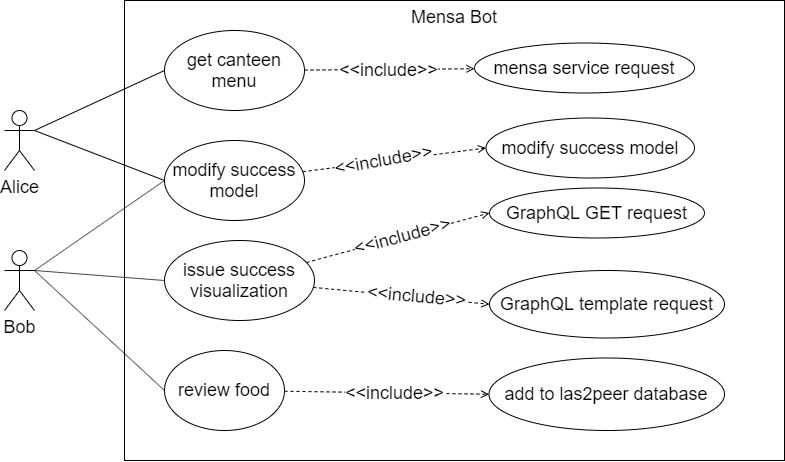
The draw.io diagram figures/concept/usecase.png in lakhoune/bachelor-thesis, before a commit. Source tidied: cells renumbered, new cells last; positions are measured from the earlier drawing's top-left corner, leaving out a move shared by most shapes.
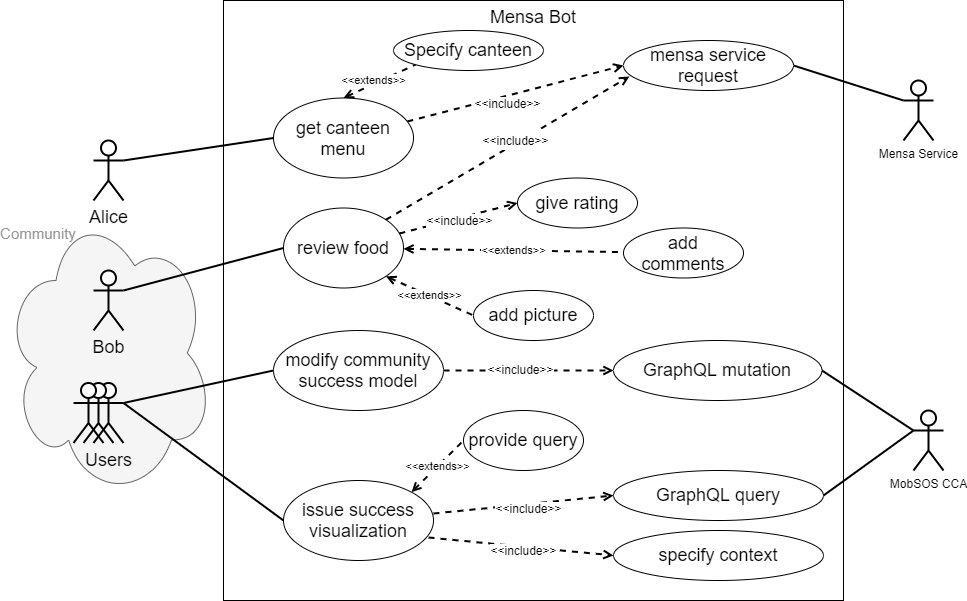
After the change.

Commit message:
update use case diagramm

Diff of the diagram source:
```diff
@@ -2,96 +2,155 @@
   <root>
     <mxCell id="0" />
     <mxCell id="1" parent="0" />
+    <mxCell id="29" style="ellipse;shape=cloud;whiteSpace=wrap;html=1;verticalAlign=middle;labelPosition=left;verticalLabelPosition=middle;align=right;fillColor=#f5f5f5;strokeColor=#666666;fontColor=#333333;" parent="1" vertex="1">
+      <mxGeometry x="-100" y="177.5" width="210" height="290" as="geometry" />
+    </mxCell>
     <mxCell id="2" value="Mensa Bot" style="rounded=0;whiteSpace=wrap;html=1;verticalAlign=top;fontSize=18;" parent="1" vertex="1">
-      <mxGeometry x="120" width="660" height="460" as="geometry" />
+      <mxGeometry x="120" y="-30" width="620" height="600" as="geometry" />
     </mxCell>
-    <mxCell id="3" style="edgeStyle=none;rounded=0;jettySize=auto;html=1;exitX=1;exitY=0.3333333333333333;exitDx=0;exitDy=0;exitPerimeter=0;entryX=0;entryY=0.5;entryDx=0;entryDy=0;endArrow=none;endFill=0;fontSize=18;" parent="1" edge="1" source="4" target="11">
-      <mxGeometry relative="1" as="geometry" />
-    </mxCell>
-    <mxCell id="4" value="Alice" style="shape=umlActor;verticalLabelPosition=bottom;labelBackgroundColor=#ffffff;verticalAlign=top;html=1;outlineConnect=0;fontSize=18;" parent="1" vertex="1">
-      <mxGeometry y="110" width="30" height="60" as="geometry" />
+    <mxCell id="4" value="Alice" style="shape=umlActor;verticalLabelPosition=bottom;labelBackgroundColor=#ffffff;verticalAlign=top;html=1;outlineConnect=0;fontSize=18;strokeWidth=2;" parent="1" vertex="1">
+      <mxGeometry x="-10" y="110" width="30" height="60" as="geometry" />
     </mxCell>
-    <mxCell id="5" style="rounded=0;jettySize=auto;html=1;exitX=1;exitY=0.3333333333333333;exitDx=0;exitDy=0;exitPerimeter=0;entryX=0;entryY=0.5;entryDx=0;entryDy=0;endArrow=none;endFill=0;fontSize=18;" parent="1" edge="1" source="8" target="27">
+    <mxCell id="5" style="rounded=0;jettySize=auto;html=1;exitX=1;exitY=0.3333333333333333;exitDx=0;exitDy=0;exitPerimeter=0;entryX=0;entryY=0.5;entryDx=0;entryDy=0;endArrow=none;endFill=0;fontSize=18;strokeWidth=2;" parent="1" edge="1" source="33" target="27">
       <mxGeometry relative="1" as="geometry" />
     </mxCell>
-    <mxCell id="6" style="edgeStyle=none;rounded=0;jettySize=auto;html=1;exitX=1;exitY=0.3333333333333333;exitDx=0;exitDy=0;exitPerimeter=0;endArrow=none;endFill=0;entryX=0;entryY=0.5;entryDx=0;entryDy=0;fontSize=18;" parent="1" edge="1" source="8" target="17">
+    <mxCell id="6" style="edgeStyle=none;rounded=0;jettySize=auto;html=1;exitX=1;exitY=0.3333333333333333;exitDx=0;exitDy=0;exitPerimeter=0;endArrow=none;endFill=0;entryX=0;entryY=0.5;entryDx=0;entryDy=0;fontSize=18;strokeWidth=2;" parent="1" edge="1" source="8" target="17">
       <mxGeometry relative="1" as="geometry" />
     </mxCell>
-    <mxCell id="7" style="edgeStyle=none;rounded=0;jettySize=auto;html=1;exitX=1;exitY=0.3333333333333333;exitDx=0;exitDy=0;exitPerimeter=0;entryX=0;entryY=0.5;entryDx=0;entryDy=0;startFill=0;endArrow=none;endFill=0;strokeWidth=1;fontSize=18;" parent="1" edge="1" source="8" target="11">
+    <mxCell id="7" style="edgeStyle=none;rounded=0;jettySize=auto;html=1;exitX=1;exitY=0.3333333333333333;exitDx=0;exitDy=0;exitPerimeter=0;entryX=0;entryY=0.5;entryDx=0;entryDy=0;startFill=0;endArrow=none;endFill=0;strokeWidth=2;fontSize=18;" parent="1" edge="1" source="8" target="11">
       <mxGeometry relative="1" as="geometry" />
     </mxCell>
-    <mxCell id="8" value="Bob" style="shape=umlActor;verticalLabelPosition=bottom;labelBackgroundColor=#ffffff;verticalAlign=top;html=1;outlineConnect=0;fontSize=18;" parent="1" vertex="1">
-      <mxGeometry y="250" width="30" height="60" as="geometry" />
+    <mxCell id="8" value="Users" style="shape=umlActor;verticalLabelPosition=bottom;labelBackgroundColor=none;verticalAlign=top;html=1;outlineConnect=0;fontSize=18;strokeWidth=2;" parent="1" vertex="1">
+      <mxGeometry x="-10" y="352.5" width="30" height="60" as="geometry" />
     </mxCell>
-    <mxCell id="9" style="edgeStyle=none;rounded=0;jettySize=auto;html=1;dashed=1;startFill=0;endArrow=open;endFill=0;strokeWidth=1;entryX=0;entryY=0.5;entryDx=0;entryDy=0;fontSize=18;" parent="1" edge="1" source="11" target="12">
+    <mxCell id="9" style="edgeStyle=none;rounded=0;jettySize=auto;html=1;dashed=1;startFill=0;endArrow=open;endFill=0;strokeWidth=2;entryX=0;entryY=0.5;entryDx=0;entryDy=0;fontSize=18;" parent="1" edge="1" source="11" target="12">
       <mxGeometry relative="1" as="geometry" />
     </mxCell>
-    <mxCell id="10" value="&amp;lt;&amp;lt;include&amp;gt;&amp;gt;" style="text;html=1;align=center;verticalAlign=middle;labelBackgroundColor=#ffffff;rotation=-10;fontSize=18;" parent="9" vertex="1">
+    <mxCell id="10" value="&amp;lt;&amp;lt;include&amp;gt;&amp;gt;" style="text;html=1;align=center;verticalAlign=middle;labelBackgroundColor=#ffffff;rotation=0;fontSize=12;" parent="9" vertex="1">
       <mxGeometry x="-0.24" y="2" relative="1" as="geometry">
         <mxPoint x="11" as="offset" />
       </mxGeometry>
     </mxCell>
-    <mxCell id="11" value="modify success model" style="ellipse;whiteSpace=wrap;html=1;fontSize=18;" parent="1" vertex="1">
-      <mxGeometry x="160" y="140" width="140" height="80" as="geometry" />
+    <mxCell id="11" value="modify community success model" style="ellipse;whiteSpace=wrap;html=1;fontSize=18;" parent="1" vertex="1">
+      <mxGeometry x="170" y="300" width="170" height="80" as="geometry" />
     </mxCell>
-    <mxCell id="12" value="modify success model" style="ellipse;whiteSpace=wrap;html=1;fontSize=18;" parent="1" vertex="1">
-      <mxGeometry x="481.5" y="117.5" width="208.5" height="60" as="geometry" />
+    <mxCell id="12" value="GraphQL mutation" style="ellipse;whiteSpace=wrap;html=1;fontSize=18;" parent="1" vertex="1">
+      <mxGeometry x="510" y="310" width="208.5" height="60" as="geometry" />
     </mxCell>
-    <mxCell id="13" style="edgeStyle=none;rounded=0;jettySize=auto;html=1;dashed=1;startFill=0;endArrow=open;endFill=0;strokeWidth=1;entryX=0;entryY=0.5;entryDx=0;entryDy=0;fontSize=18;" parent="1" edge="1" source="17" target="19">
+    <mxCell id="13" style="edgeStyle=none;rounded=0;jettySize=auto;html=1;dashed=1;startFill=0;endArrow=open;endFill=0;strokeWidth=2;entryX=0;entryY=0.5;entryDx=0;entryDy=0;fontSize=18;exitX=1;exitY=0.413;exitDx=0;exitDy=0;exitPerimeter=0;" parent="1" edge="1" source="17" target="19">
       <mxGeometry relative="1" as="geometry" />
     </mxCell>
-    <mxCell id="14" value="&amp;lt;&amp;lt;include&amp;gt;&amp;gt;" style="text;html=1;align=center;verticalAlign=middle;labelBackgroundColor=#ffffff;rotation=-15;fontSize=18;" parent="13" vertex="1">
+    <mxCell id="14" value="&amp;lt;&amp;lt;include&amp;gt;&amp;gt;" style="text;html=1;align=center;verticalAlign=middle;labelBackgroundColor=#ffffff;rotation=0;fontSize=12;" parent="13" vertex="1">
       <mxGeometry x="0.31" y="1" relative="1" as="geometry">
         <mxPoint x="-24.3" y="7.8" as="offset" />
       </mxGeometry>
     </mxCell>
-    <mxCell id="15" style="edgeStyle=none;rounded=0;jettySize=auto;html=1;dashed=1;startFill=0;endArrow=open;endFill=0;strokeWidth=1;entryX=0;entryY=0.5;entryDx=0;entryDy=0;fontSize=18;" parent="1" edge="1" source="17" target="18">
-      <mxGeometry relative="1" as="geometry" />
-    </mxCell>
-    <mxCell id="16" value="&amp;lt;&amp;lt;include&amp;gt;&amp;gt;" style="text;html=1;align=center;verticalAlign=middle;labelBackgroundColor=#ffffff;rotation=5;fontSize=18;" parent="15" vertex="1">
-      <mxGeometry x="-0.47" y="-3" relative="1" as="geometry">
-        <mxPoint x="56" y="1.7" as="offset" />
-      </mxGeometry>
-    </mxCell>
     <mxCell id="17" value="issue success visualization" style="ellipse;whiteSpace=wrap;html=1;fontSize=18;" parent="1" vertex="1">
-      <mxGeometry x="160" y="240" width="150" height="80" as="geometry" />
+      <mxGeometry x="180" y="450" width="150" height="80" as="geometry" />
     </mxCell>
-    <mxCell id="18" value="GraphQL template request" style="ellipse;whiteSpace=wrap;html=1;fontSize=18;" parent="1" vertex="1">
-      <mxGeometry x="485" y="270" width="235" height="67.5" as="geometry" />
-    </mxCell>
-    <mxCell id="19" value="GraphQL GET request" style="ellipse;whiteSpace=wrap;html=1;fontSize=18;" parent="1" vertex="1">
-      <mxGeometry x="485" y="187.5" width="215" height="50" as="geometry" />
+    <mxCell id="19" value="GraphQL query" style="ellipse;whiteSpace=wrap;html=1;fontSize=18;" parent="1" vertex="1">
+      <mxGeometry x="510" y="440" width="210" height="50" as="geometry" />
     </mxCell>
-    <mxCell id="20" style="edgeStyle=none;rounded=0;jettySize=auto;html=1;exitX=0;exitY=0.5;exitDx=0;exitDy=0;endArrow=none;endFill=0;entryX=1;entryY=0.3333333333333333;entryDx=0;entryDy=0;entryPerimeter=0;fontSize=18;" parent="1" edge="1" source="23" target="4">
+    <mxCell id="20" style="edgeStyle=none;rounded=0;jettySize=auto;html=1;exitX=0;exitY=0.5;exitDx=0;exitDy=0;endArrow=none;endFill=0;entryX=1;entryY=0.3333333333333333;entryDx=0;entryDy=0;entryPerimeter=0;fontSize=18;strokeWidth=2;" parent="1" edge="1" source="23" target="4">
       <mxGeometry relative="1" as="geometry" />
     </mxCell>
-    <mxCell id="21" style="edgeStyle=none;rounded=0;jettySize=auto;html=1;dashed=1;startFill=0;endArrow=open;endFill=0;strokeWidth=1;fontSize=18;" parent="1" edge="1" source="23" target="24">
+    <mxCell id="21" style="edgeStyle=none;rounded=0;jettySize=auto;html=1;dashed=1;startFill=0;endArrow=open;endFill=0;strokeWidth=2;fontSize=18;entryX=0;entryY=0.5;entryDx=0;entryDy=0;" parent="1" edge="1" source="23" target="24">
       <mxGeometry relative="1" as="geometry" />
     </mxCell>
-    <mxCell id="22" value="&amp;lt;&amp;lt;include&amp;gt;&amp;gt;" style="text;html=1;align=center;verticalAlign=middle;labelBackgroundColor=#ffffff;fontSize=18;" parent="21" vertex="1">
+    <mxCell id="22" value="&amp;lt;&amp;lt;include&amp;gt;&amp;gt;" style="text;html=1;align=center;verticalAlign=middle;labelBackgroundColor=#ffffff;fontSize=12;rotation=0;" parent="21" vertex="1">
       <mxGeometry x="-0.3" relative="1" as="geometry">
         <mxPoint x="24" y="0.8" as="offset" />
       </mxGeometry>
     </mxCell>
     <mxCell id="23" value="get canteen menu" style="ellipse;whiteSpace=wrap;html=1;fontSize=18;" parent="1" vertex="1">
-      <mxGeometry x="160" y="30" width="140" height="80" as="geometry" />
+      <mxGeometry x="170" y="67.5" width="140" height="80" as="geometry" />
     </mxCell>
     <mxCell id="24" value="mensa service request" style="ellipse;whiteSpace=wrap;html=1;fontSize=18;" parent="1" vertex="1">
-      <mxGeometry x="470" y="42.5" width="220" height="50" as="geometry" />
+      <mxGeometry x="520" y="10" width="170" height="50" as="geometry" />
     </mxCell>
-    <mxCell id="25" style="edgeStyle=none;rounded=0;jettySize=auto;html=1;endArrow=open;endFill=0;startArrow=none;startFill=0;dashed=1;strokeWidth=1;entryX=0;entryY=0.5;entryDx=0;entryDy=0;fontSize=18;" parent="1" edge="1" source="27" target="28">
+    <mxCell id="25" style="edgeStyle=none;rounded=0;jettySize=auto;html=1;endArrow=open;endFill=0;startArrow=none;startFill=0;dashed=1;strokeWidth=2;entryX=0.035;entryY=0.72;entryDx=0;entryDy=0;fontSize=18;entryPerimeter=0;exitX=1;exitY=0;exitDx=0;exitDy=0;" parent="1" edge="1" source="27" target="24">
       <mxGeometry relative="1" as="geometry" />
     </mxCell>
-    <mxCell id="26" value="&amp;lt;&amp;lt;include&amp;gt;&amp;gt;" style="text;html=1;align=center;verticalAlign=middle;labelBackgroundColor=#ffffff;rotation=0;fontSize=18;" parent="25" vertex="1">
+    <mxCell id="26" value="&lt;font style=&quot;font-size: 12px&quot;&gt;&amp;lt;&amp;lt;include&amp;gt;&amp;gt;&lt;/font&gt;" style="text;html=1;align=center;verticalAlign=middle;labelBackgroundColor=#ffffff;rotation=0;fontSize=18;" parent="25" vertex="1">
       <mxGeometry x="0.27" y="1" relative="1" as="geometry">
-        <mxPoint x="-19.7" y="1" as="offset" />
+        <mxPoint x="-25.1" y="10.8" as="offset" />
       </mxGeometry>
     </mxCell>
+    <mxCell id="30" value="&amp;lt;&amp;lt;extends&amp;gt;&amp;gt;" style="edgeStyle=none;rounded=0;jettySize=auto;html=1;exitX=1;exitY=1;exitDx=0;exitDy=0;entryX=0;entryY=0.5;entryDx=0;entryDy=0;dashed=1;startArrow=open;startFill=0;endArrow=none;endFill=0;strokeWidth=2;" parent="1" edge="1" source="27" target="47">
+      <mxGeometry relative="1" as="geometry" />
+    </mxCell>
+    <mxCell id="31" value="&amp;lt;&amp;lt;extends&amp;gt;&amp;gt;" style="edgeStyle=none;rounded=0;jettySize=auto;html=1;dashed=1;startArrow=open;startFill=0;endArrow=none;endFill=0;strokeWidth=2;" parent="1" edge="1" source="27" target="46">
+      <mxGeometry relative="1" as="geometry" />
+    </mxCell>
     <mxCell id="27" value="review food" style="ellipse;whiteSpace=wrap;html=1;fontSize=18;" parent="1" vertex="1">
-      <mxGeometry x="160" y="350" width="120" height="80" as="geometry" />
+      <mxGeometry x="180" y="177.5" width="120" height="80" as="geometry" />
     </mxCell>
-    <mxCell id="28" value="add to las2peer database" style="ellipse;whiteSpace=wrap;html=1;fontSize=18;" parent="1" vertex="1">
-      <mxGeometry x="484.5" y="357.5" width="235.5" height="72.5" as="geometry" />
-    </mxCell>
+    <mxCell id="32" value="give rating" style="ellipse;whiteSpace=wrap;html=1;fontSize=18;" parent="1" vertex="1">
+      <mxGeometry x="414" y="147.5" width="120" height="50" as="geometry" />
+    </mxCell>
+    <mxCell id="33" value="Bob" style="shape=umlActor;verticalLabelPosition=bottom;labelBackgroundColor=none;verticalAlign=top;html=1;outlineConnect=0;fontSize=18;strokeWidth=2;" parent="1" vertex="1">
+      <mxGeometry x="-10" y="240" width="30" height="60" as="geometry" />
+    </mxCell>
+    <mxCell id="34" style="shape=umlActor;verticalLabelPosition=bottom;labelBackgroundColor=#ffffff;verticalAlign=top;html=1;fontSize=18;strokeWidth=2;" parent="1" vertex="1">
+      <mxGeometry x="-20" y="352.5" width="30" height="60" as="geometry" />
+    </mxCell>
+    <mxCell id="35" style="shape=umlActor;verticalLabelPosition=bottom;labelBackgroundColor=#ffffff;verticalAlign=top;html=1;fontSize=18;strokeWidth=2;" parent="1" vertex="1">
+      <mxGeometry x="-30" y="352.5" width="30" height="60" as="geometry" />
+    </mxCell>
+    <mxCell id="36" value="&lt;font color=&quot;#969696&quot; style=&quot;font-size: 15px&quot;&gt;Community&lt;/font&gt;" style="text;html=1;strokeColor=none;fillColor=none;align=center;verticalAlign=middle;whiteSpace=wrap;rounded=0;" parent="1" vertex="1">
+      <mxGeometry x="-90" y="187.5" width="50" height="30" as="geometry" />
+    </mxCell>
+    <mxCell id="37" value="&lt;font style=&quot;font-size: 18px&quot;&gt;Specify canteen&lt;/font&gt;" style="ellipse;whiteSpace=wrap;html=1;labelBackgroundColor=none;" parent="1" vertex="1">
+      <mxGeometry x="290" width="150" height="40" as="geometry" />
+    </mxCell>
+    <mxCell id="38" value="&amp;lt;&amp;lt;extends&amp;gt;&amp;gt;" style="rounded=0;jettySize=auto;html=1;entryX=0;entryY=1;entryDx=0;entryDy=0;startArrow=open;startFill=0;endArrow=none;endFill=0;dashed=1;strokeWidth=2;exitX=0.5;exitY=0;exitDx=0;exitDy=0;" parent="1" edge="1" source="23" target="37">
+      <mxGeometry x="-0.13" y="3" relative="1" as="geometry" />
+    </mxCell>
+    <mxCell id="39" style="edgeStyle=none;rounded=0;jettySize=auto;html=1;exitX=0;exitY=0.3333333333333333;exitDx=0;exitDy=0;exitPerimeter=0;entryX=1;entryY=0.5;entryDx=0;entryDy=0;startArrow=none;startFill=0;endArrow=none;endFill=0;strokeWidth=2;" parent="1" edge="1" source="40" target="24">
+      <mxGeometry relative="1" as="geometry" />
+    </mxCell>
+    <mxCell id="40" value="Mensa Service" style="shape=umlActor;verticalLabelPosition=bottom;labelBackgroundColor=#ffffff;verticalAlign=top;html=1;outlineConnect=0;strokeWidth=2;" parent="1" vertex="1">
+      <mxGeometry x="800" y="50" width="30" height="60" as="geometry" />
+    </mxCell>
+    <mxCell id="41" style="edgeStyle=none;rounded=0;jettySize=auto;html=1;exitX=0;exitY=0.3333333333333333;exitDx=0;exitDy=0;exitPerimeter=0;entryX=1;entryY=0.5;entryDx=0;entryDy=0;startArrow=none;startFill=0;endArrow=none;endFill=0;strokeWidth=2;" parent="1" edge="1" source="43" target="12">
+      <mxGeometry relative="1" as="geometry" />
+    </mxCell>
+    <mxCell id="42" style="edgeStyle=none;rounded=0;jettySize=auto;html=1;entryX=1;entryY=0.5;entryDx=0;entryDy=0;startArrow=none;startFill=0;endArrow=none;endFill=0;exitX=0;exitY=0.3333333333333333;exitDx=0;exitDy=0;exitPerimeter=0;strokeWidth=2;" parent="1" edge="1" source="43" target="19">
+      <mxGeometry relative="1" as="geometry" />
+    </mxCell>
+    <mxCell id="43" value="MobSOS CCA" style="shape=umlActor;verticalLabelPosition=bottom;labelBackgroundColor=#ffffff;verticalAlign=top;html=1;outlineConnect=0;strokeWidth=2;" parent="1" vertex="1">
+      <mxGeometry x="810" y="380" width="30" height="60" as="geometry" />
+    </mxCell>
+    <mxCell id="44" style="edgeStyle=none;rounded=0;jettySize=auto;html=1;endArrow=open;endFill=0;startArrow=none;startFill=0;dashed=1;strokeWidth=2;fontSize=18;entryX=0;entryY=0.5;entryDx=0;entryDy=0;" parent="1" edge="1" source="27" target="32">
+      <mxGeometry relative="1" as="geometry" />
+    </mxCell>
+    <mxCell id="45" value="&amp;lt;&amp;lt;include&amp;gt;&amp;gt;" style="text;html=1;align=center;verticalAlign=middle;labelBackgroundColor=#ffffff;rotation=0;fontSize=12;" parent="44" vertex="1">
+      <mxGeometry x="0.27" y="1" relative="1" as="geometry">
+        <mxPoint x="-15.1" y="6.9" as="offset" />
+      </mxGeometry>
+    </mxCell>
+    <mxCell id="46" value="add comments" style="ellipse;whiteSpace=wrap;html=1;fontSize=18;" parent="1" vertex="1">
+      <mxGeometry x="520" y="197.5" width="120" height="50" as="geometry" />
+    </mxCell>
+    <mxCell id="47" value="add picture" style="ellipse;whiteSpace=wrap;html=1;fontSize=18;" parent="1" vertex="1">
+      <mxGeometry x="370" y="260" width="120" height="50" as="geometry" />
+    </mxCell>
+    <mxCell id="48" value="&lt;font style=&quot;font-size: 18px&quot;&gt;provide query&lt;/font&gt;" style="ellipse;whiteSpace=wrap;html=1;labelBackgroundColor=none;fontSize=12;" parent="1" vertex="1">
+      <mxGeometry x="360" y="380" width="120" height="60" as="geometry" />
+    </mxCell>
+    <mxCell id="49" value="&amp;lt;&amp;lt;extends&amp;gt;&amp;gt;" style="edgeStyle=none;rounded=0;jettySize=auto;html=1;dashed=1;startArrow=open;startFill=0;endArrow=none;endFill=0;entryX=0;entryY=0.5;entryDx=0;entryDy=0;exitX=1;exitY=0;exitDx=0;exitDy=0;strokeWidth=2;" parent="1" edge="1" source="17" target="48">
+      <mxGeometry relative="1" as="geometry" />
+    </mxCell>
+    <mxCell id="50" style="edgeStyle=none;rounded=0;jettySize=auto;html=1;dashed=1;startFill=0;endArrow=open;endFill=0;strokeWidth=2;entryX=0;entryY=0.5;entryDx=0;entryDy=0;fontSize=18;exitX=0.967;exitY=0.713;exitDx=0;exitDy=0;exitPerimeter=0;" parent="1" edge="1" source="17" target="52">
+      <mxGeometry relative="1" as="geometry" />
+    </mxCell>
+    <mxCell id="51" value="&amp;lt;&amp;lt;include&amp;gt;&amp;gt;" style="text;html=1;align=center;verticalAlign=middle;labelBackgroundColor=#ffffff;rotation=0;fontSize=12;" parent="50" vertex="1">
+      <mxGeometry x="0.31" y="1" relative="1" as="geometry">
+        <mxPoint x="-26.6" y="2.2" as="offset" />
+      </mxGeometry>
+    </mxCell>
+    <mxCell id="52" value="specify context" style="ellipse;whiteSpace=wrap;html=1;fontSize=18;" parent="1" vertex="1">
+      <mxGeometry x="510" y="500" width="210" height="50" as="geometry" />
+    </mxCell>
   </root>
 </mxGraphModel>
```
